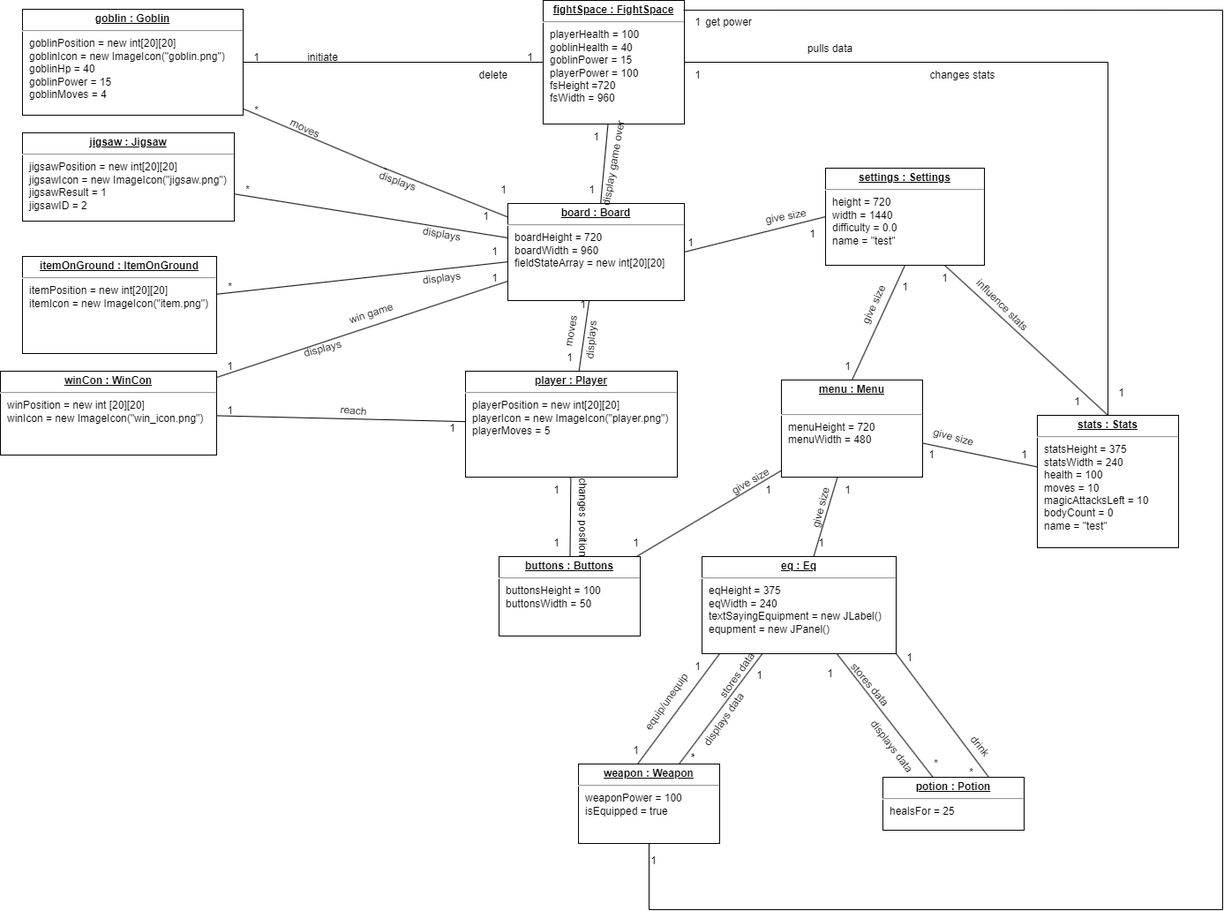
The draw.io diagram diagram_obiektów.png in jacob-w4/Java-simple-game, before a commit. Source tidied: cells renumbered, new cells last; positions are measured from the earlier drawing's top-left corner, leaving out a move shared by most shapes.
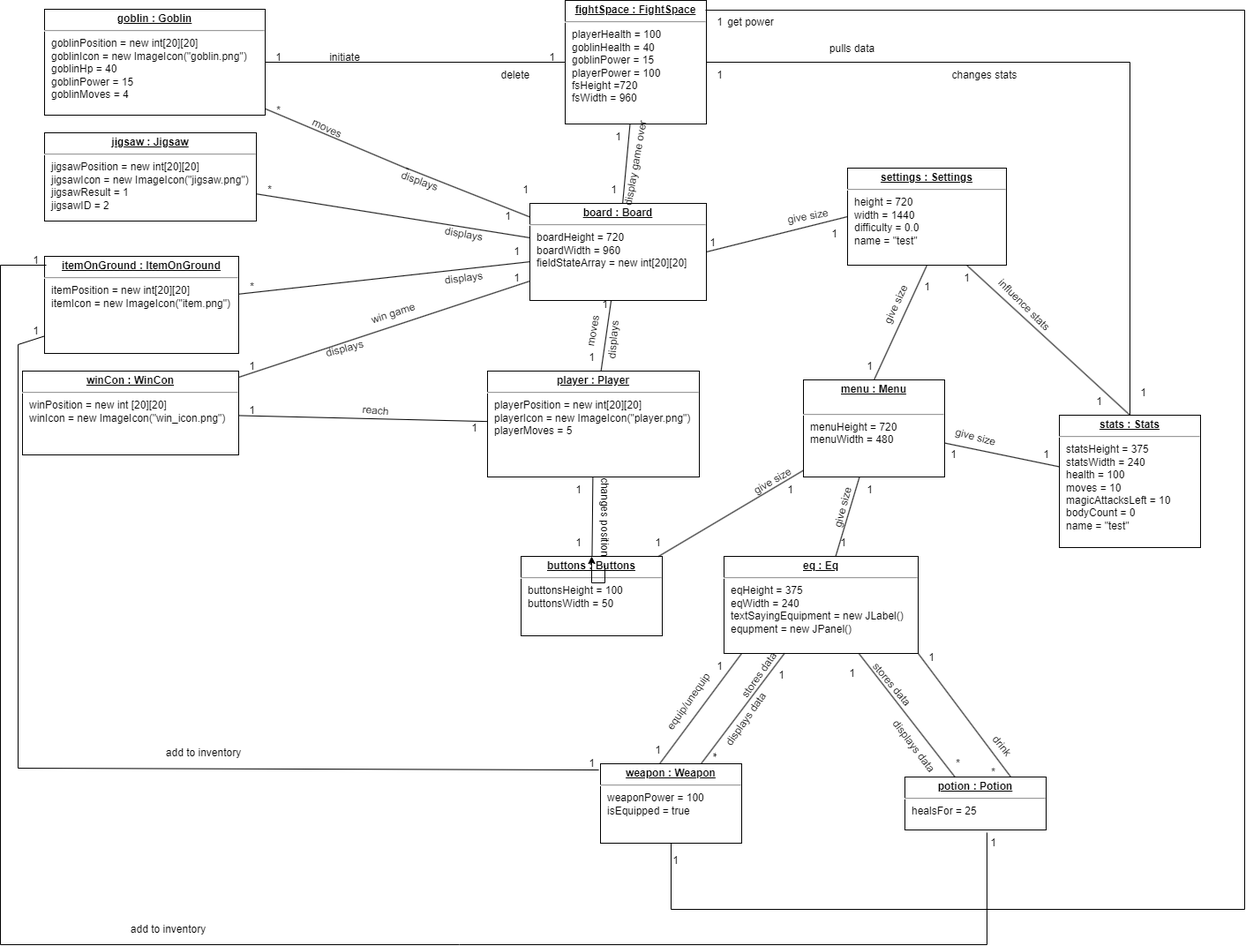
The same file after the commit.

The edit, as a diff of the source:
```diff
@@ -80,6 +80,9 @@
     <mxCell id="27" style="endArrow=none;html=1;rounded=0;" parent="1" edge="1" source="4" target="12">
       <mxGeometry relative="1" as="geometry" />
     </mxCell>
+    <mxCell id="108" style="edgeStyle=orthogonalEdgeStyle;rounded=0;jettySize=auto;html=1;" parent="1" edge="1" source="28" target="4">
+      <mxGeometry relative="1" as="geometry" />
+    </mxCell>
     <mxCell id="28" value="changes position" style="text;html=1;align=center;verticalAlign=middle;points=[];strokeColor=none;fillColor=none;rotation=90;" parent="1" vertex="1">
       <mxGeometry x="605" y="570" width="110" height="30" as="geometry" />
     </mxCell>
@@ -336,5 +339,41 @@
     <mxCell id="107" value="1" style="text;html=1;align=center;verticalAlign=middle;strokeColor=none;fillColor=none;" parent="1" vertex="1">
       <mxGeometry x="497" y="470" width="30" height="30" as="geometry" />
     </mxCell>
+    <mxCell id="109" style="endArrow=none;html=1;rounded=0;exitX=-0.012;exitY=0.078;exitDx=0;exitDy=0;exitPerimeter=0;" parent="1" edge="1" source="7" target="14">
+      <mxGeometry relative="1" as="geometry">
+        <Array as="points">
+          <mxPoint x="-5" y="870" />
+          <mxPoint x="-5" y="390" />
+        </Array>
+      </mxGeometry>
+    </mxCell>
+    <mxCell id="110" style="endArrow=none;html=1;rounded=0;entryX=0.581;entryY=1.05;entryDx=0;entryDy=0;entryPerimeter=0;exitX=0.009;exitY=0.091;exitDx=0;exitDy=0;exitPerimeter=0;" parent="1" edge="1" source="14" target="8">
+      <mxGeometry relative="1" as="geometry">
+        <Array as="points">
+          <mxPoint x="-25" y="300" />
+          <mxPoint x="-25" y="1070" />
+          <mxPoint x="495" y="1070" />
+          <mxPoint x="1093" y="1070" />
+        </Array>
+      </mxGeometry>
+    </mxCell>
+    <mxCell id="111" value="1" style="text;html=1;align=center;verticalAlign=middle;strokeColor=none;fillColor=none;" parent="1" vertex="1">
+      <mxGeometry x="630" y="850" width="30" height="30" as="geometry" />
+    </mxCell>
+    <mxCell id="112" value="1" style="text;html=1;align=center;verticalAlign=middle;strokeColor=none;fillColor=none;" parent="1" vertex="1">
+      <mxGeometry y="360" width="30" height="30" as="geometry" />
+    </mxCell>
+    <mxCell id="113" value="1" style="text;html=1;align=center;verticalAlign=middle;strokeColor=none;fillColor=none;" parent="1" vertex="1">
+      <mxGeometry y="280" width="30" height="30" as="geometry" />
+    </mxCell>
+    <mxCell id="114" value="1" style="text;html=1;align=center;verticalAlign=middle;strokeColor=none;fillColor=none;" parent="1" vertex="1">
+      <mxGeometry x="1085" y="940" width="30" height="30" as="geometry" />
+    </mxCell>
+    <mxCell id="115" value="add to inventory" style="text;html=1;align=center;verticalAlign=middle;strokeColor=none;fillColor=none;" parent="1" vertex="1">
+      <mxGeometry x="150" y="838" width="110" height="30" as="geometry" />
+    </mxCell>
+    <mxCell id="116" value="add to inventory" style="text;html=1;align=center;verticalAlign=middle;strokeColor=none;fillColor=none;" parent="1" vertex="1">
+      <mxGeometry x="110" y="1038" width="110" height="30" as="geometry" />
+    </mxCell>
   </root>
 </mxGraphModel>
```
